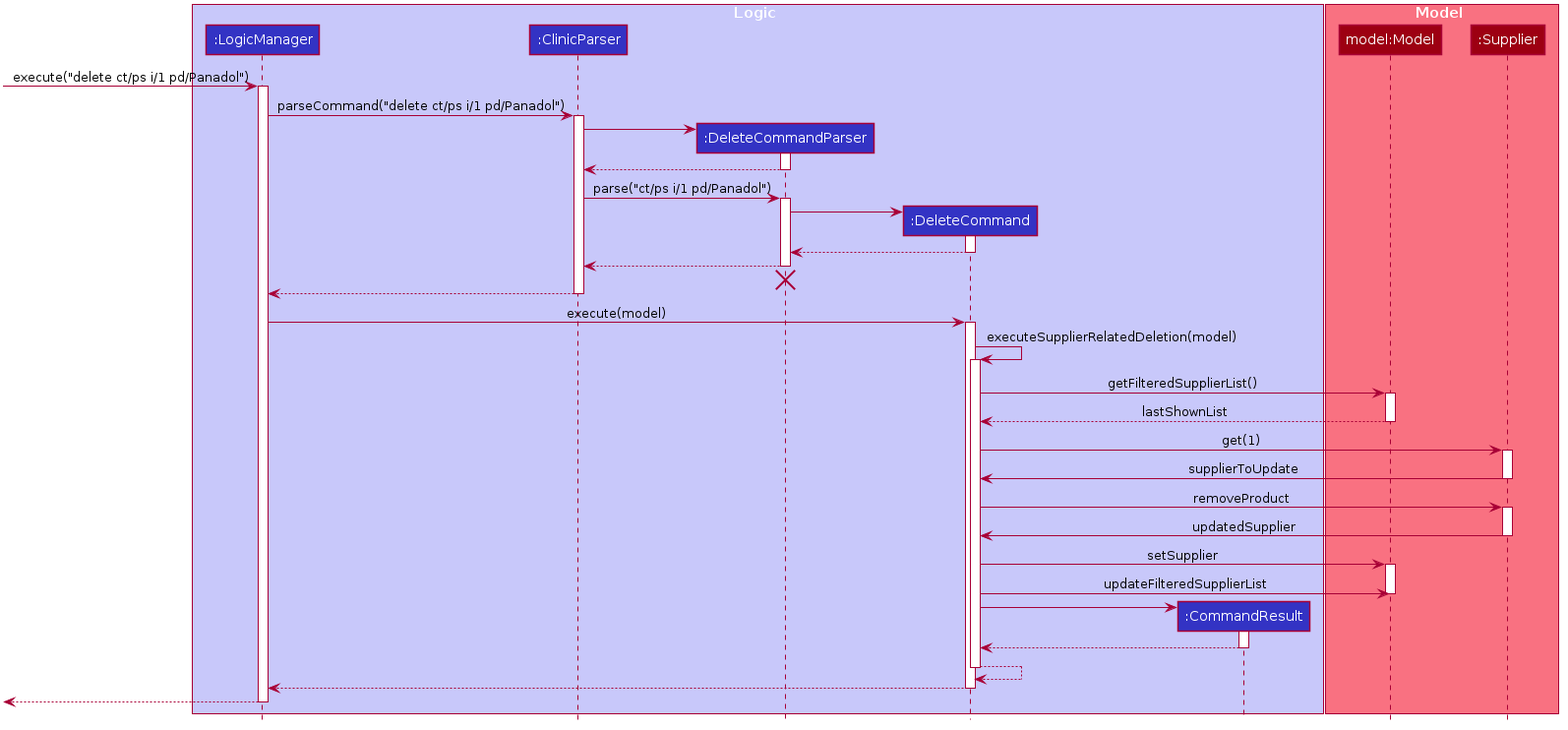
tohyuting/tp keeps this PlantUML diagram as docs/images/DeleteCommandSequenceDiagram2.png. Above is the earlier version.
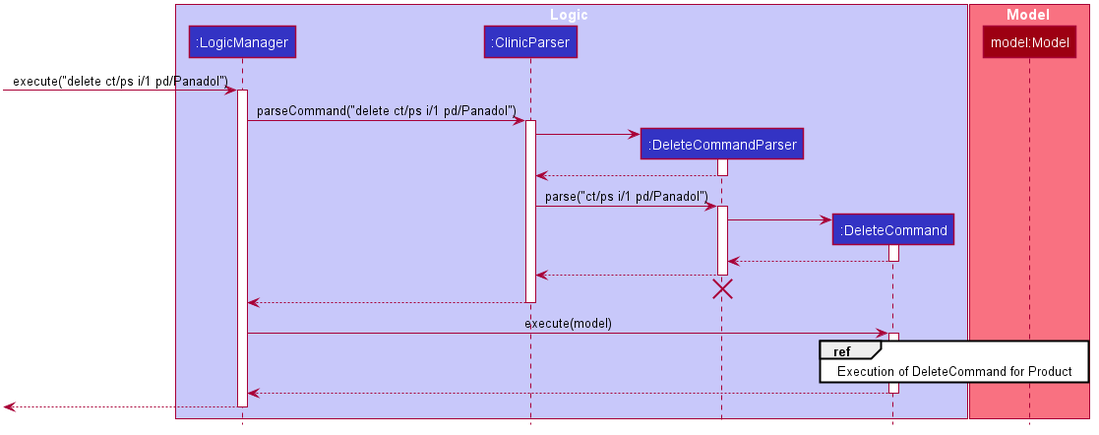
After the commit.

What changed in the source:
```diff
@@ -53,12 +53,10 @@
 participant ":ClinicParser" as ClinicParser #3333C4
 participant ":DeleteCommandParser" as DeleteCommandParser #3333C4
 participant ":DeleteCommand" as DeleteCommand #3333C4
-participant ":CommandResult" as CommandResult #3333C4
 end box
 
 box Model #F97181
 participant "model:Model" as Model #9D0012
-participant ":Supplier" as Supplier #9D0012
 end box
 
 [-> LogicManager : execute("delete ct/ps i/1 pd/Panadol")
@@ -95,35 +93,9 @@
 LogicManager -> DeleteCommand : execute(model)
 activate DeleteCommand
 
-DeleteCommand -> DeleteCommand : executeSupplierRelatedDeletion(model)
-activate DeleteCommand
-DeleteCommand -> Model : getFilteredSupplierList()
-activate Model
-Model --> DeleteCommand : lastShownList
-deactivate Model
-DeleteCommand -> Supplier : get(1)
-activate Supplier
-Supplier -> DeleteCommand : supplierToUpdate
-deactivate Supplier
-
-DeleteCommand -> Supplier : removeProduct
-activate Supplier
-Supplier -> DeleteCommand : updatedSupplier
-deactivate Supplier
-DeleteCommand -> Model : setSupplier
-
-activate Model
-DeleteCommand -> Model : updateFilteredSupplierList
-deactivate Model
-
-create CommandResult
-DeleteCommand -> CommandResult
-activate CommandResult
-
-CommandResult --> DeleteCommand
-deactivate CommandResult
-DeleteCommand --> DeleteCommand
-deactivate DeleteCommand
+ref over DeleteCommand, Model
+Execution of DeleteCommand for Product
+end
 
 DeleteCommand --> LogicManager
 deactivate DeleteCommand
```
